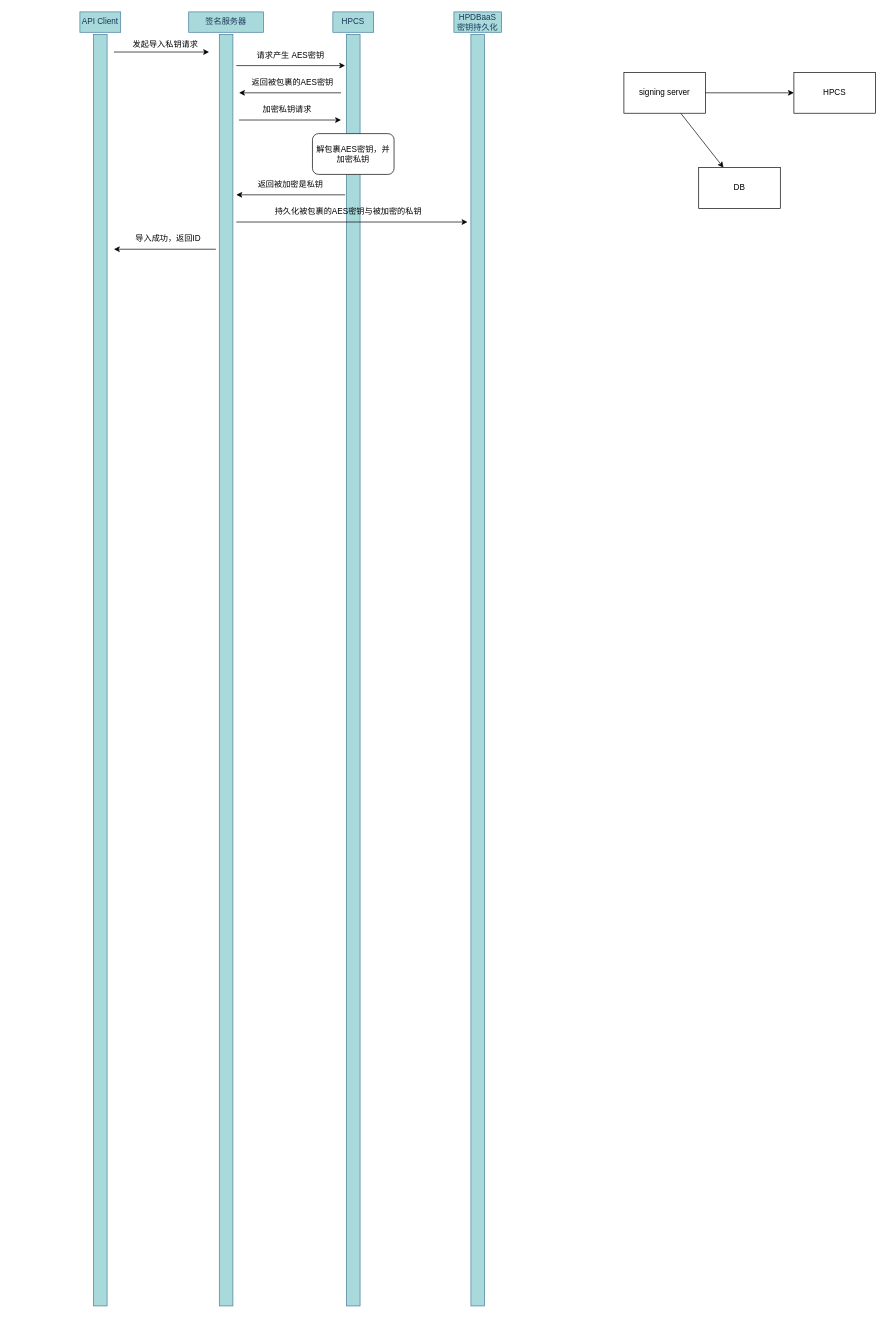
This is EP1.drawio from threen134/draw, a draw.io file, before an edit. Source tidied: cells renumbered, new cells numbered last; positions are measured from the earlier drawing's top-left corner, leaving out a move shared by most shapes. Both pictures are drawn from the tidied source at 68%, with x=0, y=0 at pixel (80, 12).
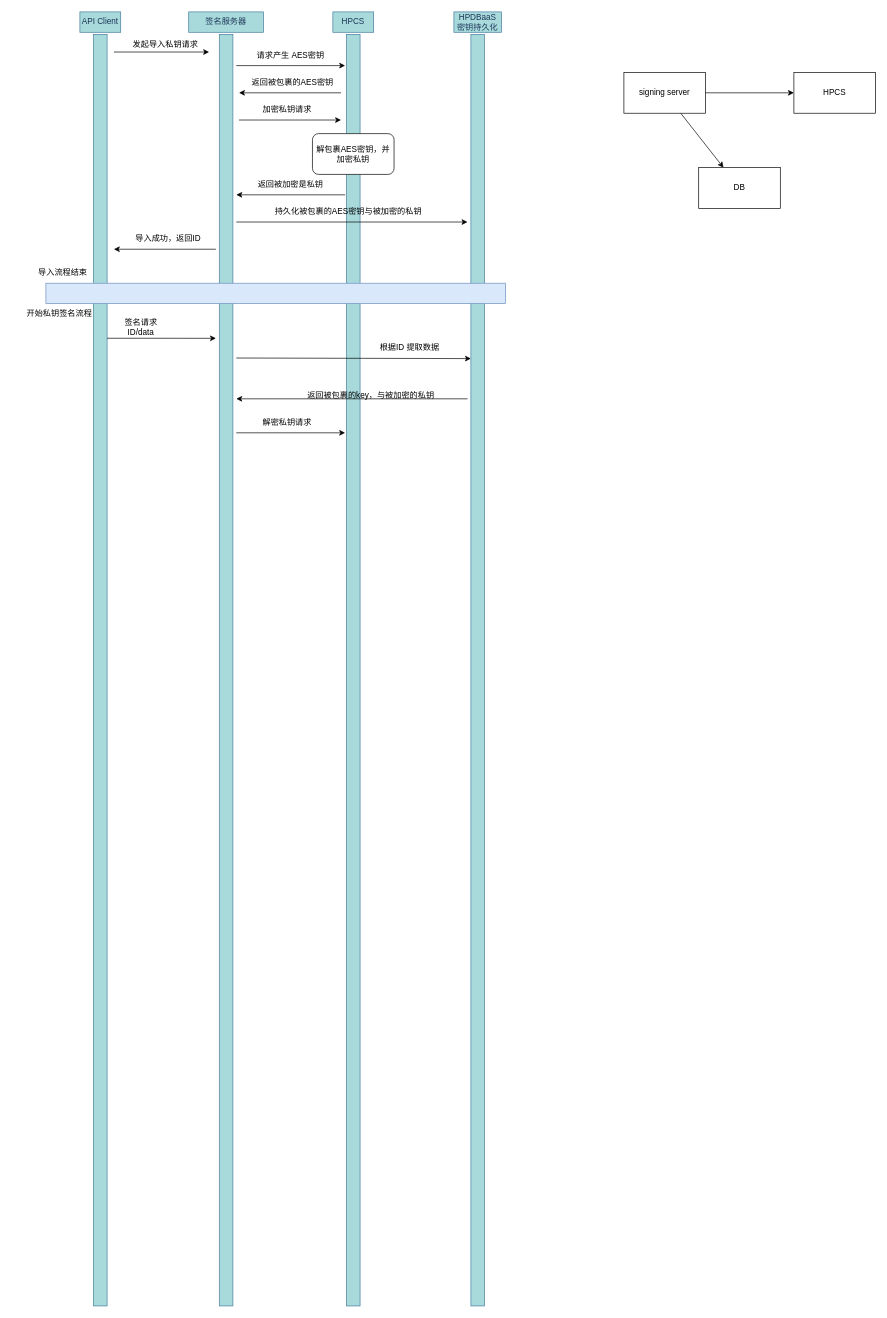
The same diagram, later.

The change refers to these unchanged cells:
```xml
<mxCell id="7" style="rounded=0;whiteSpace=wrap;html=1;fillColor=#A8DADC;strokeColor=#457B9D;fontColor=#1D3557;" parent="1" vertex="1">
  <mxGeometry x="20" y="33" width="20" height="1870" as="geometry" />
</mxCell>
<mxCell id="14" style="rounded=0;whiteSpace=wrap;html=1;fillColor=#A8DADC;strokeColor=#457B9D;fontColor=#1D3557;" parent="1" vertex="1">
  <mxGeometry x="575" y="33" width="20" height="1870" as="geometry" />
</mxCell>
```

Diff of the diagram source:
```diff
@@
+    <mxCell id="30" style="rounded=0;whiteSpace=wrap;html=1;fillColor=#dae8fc;strokeColor=#6c8ebf;" parent="1" vertex="1">
+      <mxGeometry x="-50" y="399" width="676" height="30" as="geometry" />
+    </mxCell>
+    <mxCell id="31" value="导入流程结束" style="text;html=1;strokeColor=none;fillColor=none;align=center;verticalAlign=middle;whiteSpace=wrap;rounded=0;" parent="1" vertex="1">
+      <mxGeometry x="-70" y="369" width="90" height="30" as="geometry" />
+    </mxCell>
+    <mxCell id="32" value="开始私钥签名流程" style="text;html=1;strokeColor=none;fillColor=none;align=center;verticalAlign=middle;whiteSpace=wrap;rounded=0;" parent="1" vertex="1">
+      <mxGeometry x="-100" y="429" width="140" height="30" as="geometry" />
+    </mxCell>
+    <mxCell id="33" style="endArrow=classic;html=1;rounded=0;exitX=1;exitY=0.239;exitDx=0;exitDy=0;exitPerimeter=0;" parent="1" edge="1" source="7">
+      <mxGeometry relative="1" as="geometry">
+        <mxPoint x="200" y="480" as="targetPoint" />
+      </mxGeometry>
+    </mxCell>
+    <mxCell id="34" value="签名请求 ID/data" style="text;html=1;strokeColor=none;fillColor=none;align=center;verticalAlign=middle;whiteSpace=wrap;rounded=0;" parent="1" vertex="1">
+      <mxGeometry x="60" y="449" width="60" height="30" as="geometry" />
+    </mxCell>
+    <mxCell id="35" style="endArrow=classic;html=1;rounded=0;entryX=0;entryY=0.255;entryDx=0;entryDy=0;entryPerimeter=0;" parent="1" edge="1" target="14">
+      <mxGeometry relative="1" as="geometry">
+        <mxPoint x="230" y="509" as="sourcePoint" />
+      </mxGeometry>
+    </mxCell>
+    <mxCell id="36" value="根据ID 提取数据" style="text;html=1;strokeColor=none;fillColor=none;align=center;verticalAlign=middle;whiteSpace=wrap;rounded=0;" parent="1" vertex="1">
+      <mxGeometry x="420" y="479" width="130" height="30" as="geometry" />
+    </mxCell>
+    <mxCell id="37" style="endArrow=classic;html=1;rounded=0;" parent="1" edge="1">
+      <mxGeometry relative="1" as="geometry">
+        <mxPoint x="570" y="569" as="sourcePoint" />
+        <mxPoint x="230" y="569" as="targetPoint" />
+      </mxGeometry>
+    </mxCell>
+    <mxCell id="38" value="返回被包裹的key，与被加密的私钥" style="text;html=1;strokeColor=none;fillColor=none;align=center;verticalAlign=middle;whiteSpace=wrap;rounded=0;" parent="1" vertex="1">
+      <mxGeometry x="316" y="549" width="224" height="30" as="geometry" />
+    </mxCell>
+    <mxCell id="39" style="endArrow=classic;html=1;rounded=0;" parent="1" edge="1">
+      <mxGeometry relative="1" as="geometry">
+        <mxPoint x="230" y="619" as="sourcePoint" />
+        <mxPoint x="390" y="619" as="targetPoint" />
+      </mxGeometry>
+    </mxCell>
+    <mxCell id="40" value="解密私钥请求" style="text;html=1;strokeColor=none;fillColor=none;align=center;verticalAlign=middle;whiteSpace=wrap;rounded=0;" parent="1" vertex="1">
+      <mxGeometry x="255" y="589" width="100" height="30" as="geometry" />
+    </mxCell>
```
